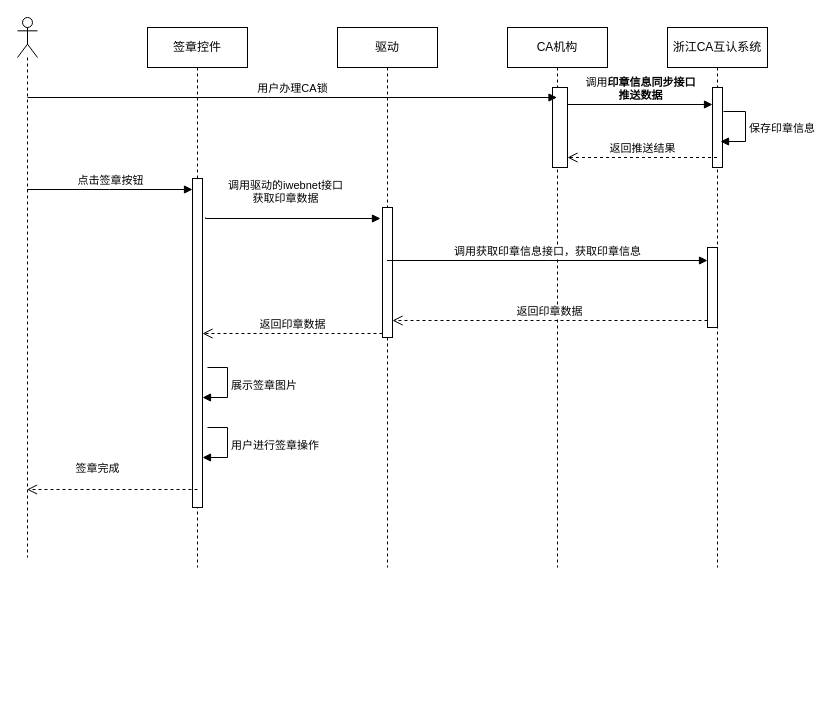
usernamemcl/viso keeps this draw.io diagram as 未命名绘图.drawio. Above is the earlier version. Source tidied: cells renumbered, new cells numbered last; positions are measured from the earlier drawing's top-left corner, leaving out a move shared by most shapes. Both pictures are drawn from the tidied source at 100%, with x=0, y=0 at pixel (17, 17).
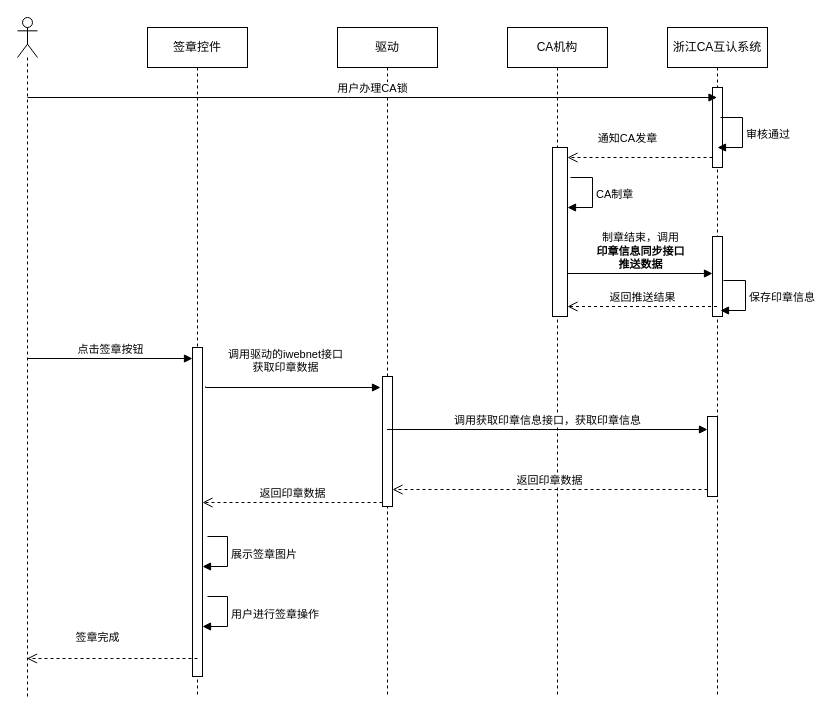
Above is the later version.

Commit message:
更新未命名绘图.drawio

Diff of the diagram source:
```diff
@@
     <mxCell id="2" value="CA机构" style="shape=umlLifeline;perimeter=lifelinePerimeter;whiteSpace=wrap;html=1;outlineConnect=0;portConstraint=eastwest;newEdgeStyle={&quot;edgeStyle&quot;:&quot;elbowEdgeStyle&quot;,&quot;elbow&quot;:&quot;vertical&quot;,&quot;curved&quot;:0,&quot;rounded&quot;:0};" parent="1" vertex="1">
-      <mxGeometry x="490" y="10" width="100" height="540" as="geometry" />
+      <mxGeometry x="490" y="10" width="100" height="670" as="geometry" />
     </mxCell>
     <mxCell id="3" style="html=1;points=[];perimeter=orthogonalPerimeter;outlineConnect=0;targetShapes=umlLifeline;portConstraint=eastwest;newEdgeStyle={&quot;edgeStyle&quot;:&quot;elbowEdgeStyle&quot;,&quot;elbow&quot;:&quot;vertical&quot;,&quot;curved&quot;:0,&quot;rounded&quot;:0};" parent="2" vertex="1">
-      <mxGeometry x="45" y="60" width="15" height="80" as="geometry" />
+      <mxGeometry x="45" y="120" width="15" height="169" as="geometry" />
     </mxCell>
     <mxCell id="4" value="浙江CA互认系统" style="shape=umlLifeline;perimeter=lifelinePerimeter;whiteSpace=wrap;html=1;outlineConnect=0;portConstraint=eastwest;newEdgeStyle={&quot;edgeStyle&quot;:&quot;elbowEdgeStyle&quot;,&quot;elbow&quot;:&quot;vertical&quot;,&quot;curved&quot;:0,&quot;rounded&quot;:0};" parent="1" vertex="1">
-      <mxGeometry x="650" y="10" width="100" height="540" as="geometry" />
+      <mxGeometry x="650" y="10" width="100" height="670" as="geometry" />
     </mxCell>
     <mxCell id="5" style="html=1;perimeter=orthogonalPerimeter;targetShapes=umlLifeline;newEdgeStyle={&quot;edgeStyle&quot;:&quot;elbowEdgeStyle&quot;,&quot;elbow&quot;:&quot;vertical&quot;,&quot;curved&quot;:0,&quot;rounded&quot;:0};" parent="4" vertex="1">
-      <mxGeometry x="45" y="60" width="10" height="80" as="geometry" />
+      <mxGeometry x="45" y="209" width="10" height="80" as="geometry" />
     </mxCell>
     <mxCell id="6" style="html=1;perimeter=orthogonalPerimeter;targetShapes=umlLifeline;newEdgeStyle={&quot;edgeStyle&quot;:&quot;elbowEdgeStyle&quot;,&quot;elbow&quot;:&quot;vertical&quot;,&quot;curved&quot;:0,&quot;rounded&quot;:0};" parent="4" vertex="1">
-      <mxGeometry x="40" y="220" width="10" height="80" as="geometry" />
+      <mxGeometry x="40" y="389" width="10" height="80" as="geometry" />
     </mxCell>
+    <mxCell id="24" style="html=1;points=[];perimeter=orthogonalPerimeter;outlineConnect=0;targetShapes=umlLifeline;portConstraint=eastwest;newEdgeStyle={&quot;edgeStyle&quot;:&quot;elbowEdgeStyle&quot;,&quot;elbow&quot;:&quot;vertical&quot;,&quot;curved&quot;:0,&quot;rounded&quot;:0};" parent="4" vertex="1">
+      <mxGeometry x="45" y="60" width="10" height="80" as="geometry" />
+    </mxCell>
     <mxCell id="7" value="驱动" style="shape=umlLifeline;perimeter=lifelinePerimeter;whiteSpace=wrap;html=1;newEdgeStyle={&quot;edgeStyle&quot;:&quot;elbowEdgeStyle&quot;,&quot;elbow&quot;:&quot;vertical&quot;,&quot;curved&quot;:0,&quot;rounded&quot;:0};" parent="1" vertex="1">
-      <mxGeometry x="320" y="10" width="100" height="540" as="geometry" />
+      <mxGeometry x="320" y="10" width="100" height="670" as="geometry" />
     </mxCell>
     <mxCell id="8" style="html=1;perimeter=orthogonalPerimeter;targetShapes=umlLifeline;newEdgeStyle={&quot;edgeStyle&quot;:&quot;elbowEdgeStyle&quot;,&quot;elbow&quot;:&quot;vertical&quot;,&quot;curved&quot;:0,&quot;rounded&quot;:0};" parent="7" vertex="1">
-      <mxGeometry x="45" y="180" width="10" height="130" as="geometry" />
+      <mxGeometry x="45" y="349" width="10" height="130" as="geometry" />
     </mxCell>
     <mxCell id="9" value="签章控件" style="shape=umlLifeline;perimeter=lifelinePerimeter;whiteSpace=wrap;html=1;newEdgeStyle={&quot;edgeStyle&quot;:&quot;elbowEdgeStyle&quot;,&quot;elbow&quot;:&quot;vertical&quot;,&quot;curved&quot;:0,&quot;rounded&quot;:0};" parent="1" vertex="1">
-      <mxGeometry x="130" y="10" width="100" height="540" as="geometry" />
+      <mxGeometry x="130" y="10" width="100" height="670" as="geometry" />
     </mxCell>
     <mxCell id="10" style="html=1;points=[];perimeter=orthogonalPerimeter;outlineConnect=0;targetShapes=umlLifeline;portConstraint=eastwest;newEdgeStyle={&quot;edgeStyle&quot;:&quot;elbowEdgeStyle&quot;,&quot;elbow&quot;:&quot;vertical&quot;,&quot;curved&quot;:0,&quot;rounded&quot;:0};" parent="9" vertex="1">
-      <mxGeometry x="45" y="151" width="10" height="329" as="geometry" />
+      <mxGeometry x="45" y="320" width="10" height="329" as="geometry" />
     </mxCell>
-    <mxCell id="11" value="调用&lt;b&gt;印章信息同步接口&lt;br&gt;推送数据&lt;br&gt;&lt;/b&gt;" style="html=1;verticalAlign=bottom;endArrow=block;edgeStyle=elbowEdgeStyle;elbow=vertical;curved=0;rounded=0;" parent="1" edge="1">
+    <mxCell id="11" value="制章结束，调用&lt;br&gt;&lt;b&gt;印章信息同步接口&lt;br&gt;推送数据&lt;br&gt;&lt;/b&gt;" style="html=1;verticalAlign=bottom;endArrow=block;edgeStyle=elbowEdgeStyle;elbow=vertical;curved=0;rounded=0;" parent="1" edge="1">
       <mxGeometry relative="1" as="geometry">
-        <mxPoint x="550" y="87" as="sourcePoint" />
-        <mxPoint x="695" y="87" as="targetPoint" />
+        <mxPoint x="550" y="256" as="sourcePoint" />
+        <mxPoint x="695" y="256" as="targetPoint" />
       </mxGeometry>
     </mxCell>
     <mxCell id="12" value="保存印章信息" style="html=1;align=left;spacingLeft=2;endArrow=block;rounded=0;edgeStyle=orthogonalEdgeStyle;curved=0;rounded=0;" parent="1" edge="1">
       <mxGeometry x="0.01" relative="1" as="geometry">
-        <mxPoint x="706" y="94" as="sourcePoint" />
-        <mxPoint x="703" y="124" as="targetPoint" />
+        <mxPoint x="706" y="263" as="sourcePoint" />
+        <mxPoint x="703" y="293" as="targetPoint" />
         <Array as="points">
-          <mxPoint x="728" y="94" />
-          <mxPoint x="728" y="124" />
+          <mxPoint x="728" y="263" />
+          <mxPoint x="728" y="293" />
         </Array>
       </mxGeometry>
     </mxCell>
-    <mxCell id="13" value="返回推送结果" style="html=1;verticalAlign=bottom;endArrow=open;dashed=1;endSize=8;edgeStyle=elbowEdgeStyle;elbow=vertical;curved=0;rounded=0;" parent="1" edge="1" source="4">
+    <mxCell id="13" value="返回推送结果" style="html=1;verticalAlign=bottom;endArrow=open;dashed=1;endSize=8;edgeStyle=elbowEdgeStyle;elbow=vertical;curved=0;rounded=0;" parent="1" edge="1">
       <mxGeometry relative="1" as="geometry">
-        <mxPoint x="550" y="140" as="targetPoint" />
+        <mxPoint x="699.5" y="289" as="sourcePoint" />
+        <mxPoint x="550" y="289" as="targetPoint" />
       </mxGeometry>
     </mxCell>
-    <mxCell id="14" value="用户办理CA锁" style="html=1;verticalAlign=bottom;endArrow=block;edgeStyle=elbowEdgeStyle;elbow=vertical;curved=0;rounded=0;" parent="1" edge="1" target="2">
+    <mxCell id="14" value="用户办理CA锁" style="html=1;verticalAlign=bottom;endArrow=block;edgeStyle=elbowEdgeStyle;elbow=vertical;curved=0;rounded=0;" parent="1" edge="1" target="4">
       <mxGeometry relative="1" as="geometry">
         <mxPoint x="10" y="80" as="sourcePoint" />
       </mxGeometry>
     </mxCell>
     <mxCell id="15" style="shape=umlLifeline;perimeter=lifelinePerimeter;whiteSpace=wrap;html=1;newEdgeStyle={&quot;edgeStyle&quot;:&quot;elbowEdgeStyle&quot;,&quot;elbow&quot;:&quot;vertical&quot;,&quot;curved&quot;:0,&quot;rounded&quot;:0};participant=umlActor;" parent="1" vertex="1">
-      <mxGeometry width="20" height="540" as="geometry" />
+      <mxGeometry width="20" height="680" as="geometry" />
     </mxCell>
     <mxCell id="16" value="点击签章按钮" style="html=1;verticalAlign=bottom;endArrow=block;edgeStyle=elbowEdgeStyle;elbow=vertical;curved=0;rounded=0;" parent="1" edge="1">
       <mxGeometry relative="1" as="geometry">
-        <mxPoint x="9.5" y="172" as="sourcePoint" />
-        <mxPoint x="175" y="172" as="targetPoint" />
+        <mxPoint x="9.5" y="341" as="sourcePoint" />
+        <mxPoint x="175" y="341" as="targetPoint" />
       </mxGeometry>
     </mxCell>
     <mxCell id="17" value="调用驱动的iwebnet接口&lt;br&gt;获取印章数据" style="html=1;verticalAlign=bottom;endArrow=block;edgeStyle=elbowEdgeStyle;elbow=vertical;curved=0;rounded=0;" parent="1" edge="1">
       <mxGeometry x="-0.08" y="11" relative="1" as="geometry">
-        <mxPoint x="188" y="200" as="sourcePoint" />
-        <mxPoint x="363" y="201" as="targetPoint" />
+        <mxPoint x="188" y="369" as="sourcePoint" />
+        <mxPoint x="363" y="370" as="targetPoint" />
         <Array as="points">
-          <mxPoint x="178" y="201" />
+          <mxPoint x="178" y="370" />
         </Array>
       </mxGeometry>
     </mxCell>
     <mxCell id="18" value="调用获取印章信息接口，获取印章信息" style="html=1;verticalAlign=bottom;endArrow=block;edgeStyle=elbowEdgeStyle;elbow=vertical;curved=0;rounded=0;" parent="1" edge="1">
       <mxGeometry relative="1" as="geometry">
-        <mxPoint x="369.5" y="243" as="sourcePoint" />
-        <mxPoint x="690" y="243" as="targetPoint" />
+        <mxPoint x="369.5" y="412" as="sourcePoint" />
+        <mxPoint x="690" y="412" as="targetPoint" />
       </mxGeometry>
     </mxCell>
     <mxCell id="19" value="返回印章数据" style="html=1;verticalAlign=bottom;endArrow=open;dashed=1;endSize=8;edgeStyle=elbowEdgeStyle;elbow=vertical;curved=0;rounded=0;" parent="1" edge="1">
       <mxGeometry relative="1" as="geometry">
-        <mxPoint x="690" y="303" as="sourcePoint" />
-        <mxPoint x="375" y="303" as="targetPoint" />
+        <mxPoint x="690" y="472" as="sourcePoint" />
+        <mxPoint x="375" y="472" as="targetPoint" />
       </mxGeometry>
     </mxCell>
     <mxCell id="20" value="返回印章数据" style="html=1;verticalAlign=bottom;endArrow=open;dashed=1;endSize=8;edgeStyle=elbowEdgeStyle;elbow=vertical;curved=0;rounded=0;" parent="1" edge="1" target="10">
       <mxGeometry relative="1" as="geometry">
-        <mxPoint x="365" y="316" as="sourcePoint" />
+        <mxPoint x="365" y="485" as="sourcePoint" />
       </mxGeometry>
     </mxCell>
     <mxCell id="21" value="展示签章图片" style="html=1;align=left;spacingLeft=2;endArrow=block;rounded=0;edgeStyle=orthogonalEdgeStyle;curved=0;rounded=0;" parent="1" edge="1">
       <mxGeometry x="0.01" relative="1" as="geometry">
-        <mxPoint x="190" y="350" as="sourcePoint" />
-        <mxPoint x="185" y="380" as="targetPoint" />
+        <mxPoint x="190" y="519" as="sourcePoint" />
+        <mxPoint x="185" y="549" as="targetPoint" />
         <Array as="points">
-          <mxPoint x="210" y="380" />
+          <mxPoint x="210" y="549" />
         </Array>
       </mxGeometry>
     </mxCell>
     <mxCell id="22" value="用户进行签章操作" style="html=1;align=left;spacingLeft=2;endArrow=block;rounded=0;edgeStyle=orthogonalEdgeStyle;curved=0;rounded=0;" parent="1" edge="1">
       <mxGeometry x="0.01" relative="1" as="geometry">
-        <mxPoint x="190" y="410" as="sourcePoint" />
-        <mxPoint x="185" y="440" as="targetPoint" />
+        <mxPoint x="190" y="579" as="sourcePoint" />
+        <mxPoint x="185" y="609" as="targetPoint" />
         <Array as="points">
-          <mxPoint x="210" y="440" />
+          <mxPoint x="210" y="609" />
         </Array>
       </mxGeometry>
     </mxCell>
     <mxCell id="23" value="签章完成" style="html=1;verticalAlign=bottom;endArrow=open;dashed=1;endSize=8;edgeStyle=elbowEdgeStyle;elbow=vertical;curved=0;rounded=0;" parent="1" edge="1">
       <mxGeometry x="0.17" y="-12" relative="1" as="geometry">
-        <mxPoint x="180" y="472" as="sourcePoint" />
-        <mxPoint x="9.5" y="472" as="targetPoint" />
+        <mxPoint x="180" y="641" as="sourcePoint" />
+        <mxPoint x="9.5" y="641" as="targetPoint" />
       </mxGeometry>
     </mxCell>
+    <mxCell id="25" value="审核通过" style="html=1;align=left;spacingLeft=2;endArrow=block;rounded=0;edgeStyle=orthogonalEdgeStyle;curved=0;rounded=0;" parent="1" edge="1">
+      <mxGeometry x="0.01" relative="1" as="geometry">
+        <mxPoint x="703" y="100" as="sourcePoint" />
+        <mxPoint x="700" y="130" as="targetPoint" />
+        <Array as="points">
+          <mxPoint x="725" y="100" />
+          <mxPoint x="725" y="130" />
+        </Array>
+      </mxGeometry>
+    </mxCell>
+    <mxCell id="26" value="通知CA发章" style="html=1;verticalAlign=bottom;endArrow=open;dashed=1;endSize=8;edgeStyle=elbowEdgeStyle;elbow=vertical;curved=0;rounded=0;" parent="1" edge="1" source="24" target="3">
+      <mxGeometry x="0.17" y="-10" relative="1" as="geometry" />
+    </mxCell>
+    <mxCell id="27" value="CA制章" style="html=1;align=left;spacingLeft=2;endArrow=block;rounded=0;edgeStyle=orthogonalEdgeStyle;curved=0;rounded=0;" parent="1" edge="1">
+      <mxGeometry x="0.01" relative="1" as="geometry">
+        <mxPoint x="553" y="160" as="sourcePoint" />
+        <mxPoint x="550" y="190" as="targetPoint" />
+        <Array as="points">
+          <mxPoint x="575" y="160" />
+          <mxPoint x="575" y="190" />
+        </Array>
+      </mxGeometry>
+    </mxCell>
```
